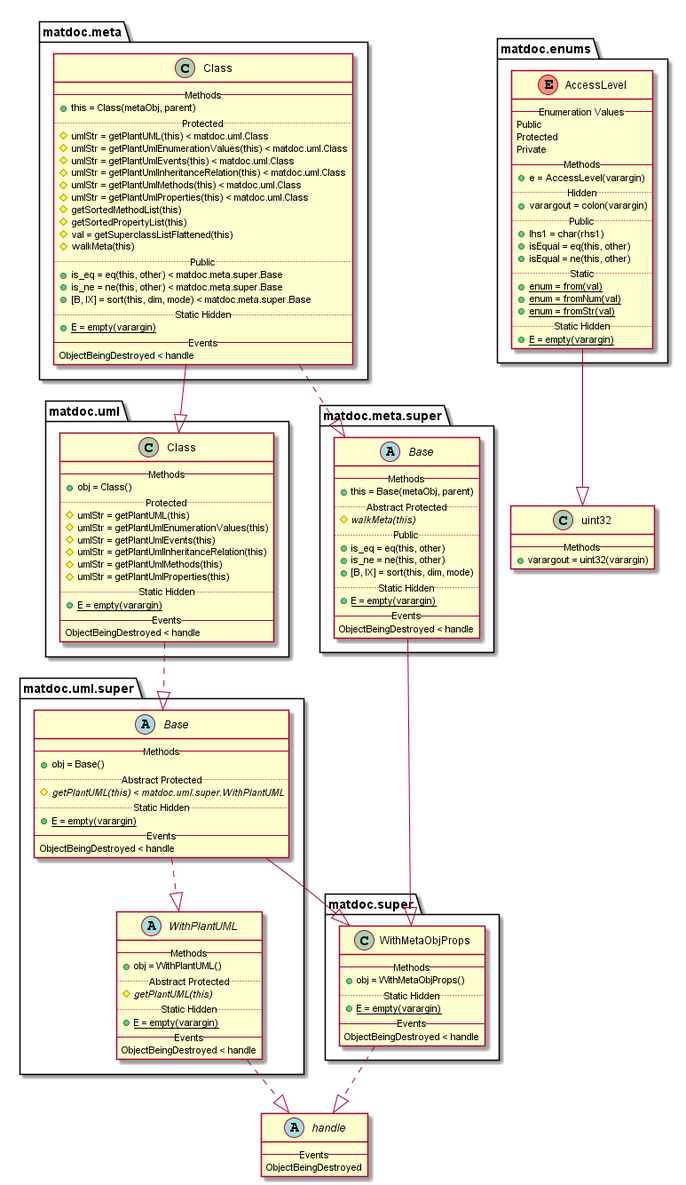
Before: doc/uml-examples/export-class-HideProperties-true.png, a diagram exported from PlantUML (flxdot/matdoc).
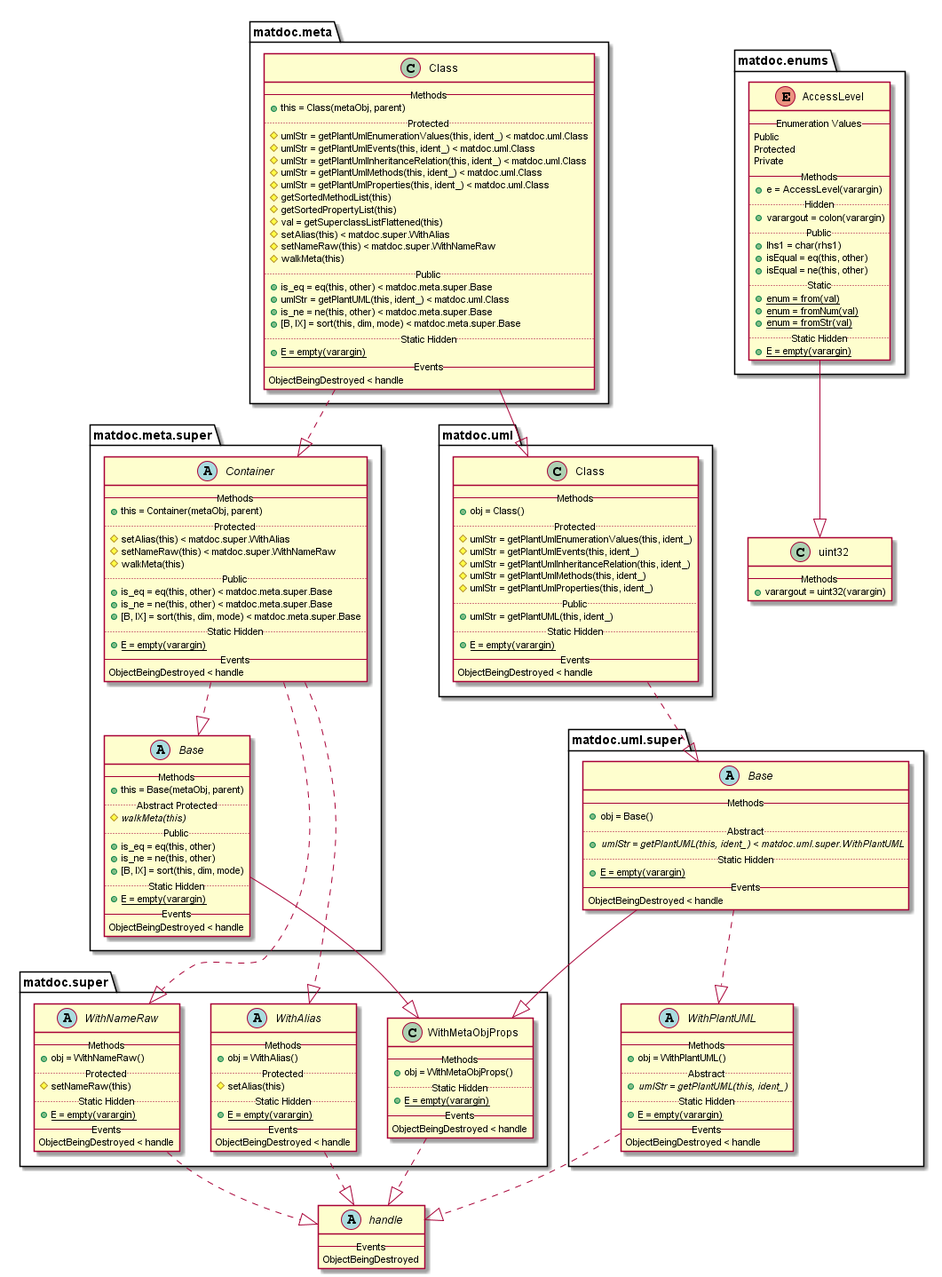
After the commit.

What changed in the source:
```diff
@@ -20,11 +20,11 @@
    {method} + isEqual = eq(this, other)
    {method} + isEqual = ne(this, other)
    .. Static ..
-   {method}{static} + enum = from(val)
-   {method}{static} + enum = fromNum(val)
-   {method}{static} + enum = fromStr(val)
+   {method} {static} + enum = from(val)
+   {method} {static} + enum = fromNum(val)
+   {method} {static} + enum = fromStr(val)
    .. Static Hidden ..
-   {method}{static} + E = empty(varargin)
+   {method} {static} + E = empty(varargin)
 }
 
 matdoc.enums.AccessLevel --|> uint32
@@ -33,69 +33,119 @@
    -- Methods --
    {method} + this = Class(metaObj, parent)
    .. Protected ..
-   {method} # umlStr = getPlantUML(this) < matdoc.uml.Class
-   {method} # umlStr = getPlantUmlEnumerationValues(this) < matdoc.uml.Class
-   {method} # umlStr = getPlantUmlEvents(this) < matdoc.uml.Class
-   {method} # umlStr = getPlantUmlInheritanceRelation(this) < matdoc.uml.Class
-   {method} # umlStr = getPlantUmlMethods(this) < matdoc.uml.Class
-   {method} # umlStr = getPlantUmlProperties(this) < matdoc.uml.Class
+   {method} # umlStr = getPlantUmlEnumerationValues(this, ident_) < matdoc.uml.Class
+   {method} # umlStr = getPlantUmlEvents(this, ident_) < matdoc.uml.Class
+   {method} # umlStr = getPlantUmlInheritanceRelation(this, ident_) < matdoc.uml.Class
+   {method} # umlStr = getPlantUmlMethods(this, ident_) < matdoc.uml.Class
+   {method} # umlStr = getPlantUmlProperties(this, ident_) < matdoc.uml.Class
    {method} # getSortedMethodList(this)
    {method} # getSortedPropertyList(this)
    {method} # val = getSuperclassListFlattened(this)
+   {method} # setAlias(this) < matdoc.super.WithAlias
+   {method} # setNameRaw(this) < matdoc.super.WithNameRaw
+   {method} # walkMeta(this)
+   .. Public ..
+   {method} + is_eq = eq(this, other) < matdoc.meta.super.Base
+   {method} + umlStr = getPlantUML(this, ident_) < matdoc.uml.Class
+   {method} + is_ne = ne(this, other) < matdoc.meta.super.Base
+   {method} + [B, IX] = sort(this, dim, mode) < matdoc.meta.super.Base
+   .. Static Hidden ..
+   {method} {static} + E = empty(varargin)
+   -- Events --
+   ObjectBeingDestroyed < handle
+}
+
+matdoc.meta.Class ..|> matdoc.meta.super.Container
+matdoc.meta.Class --|> matdoc.uml.Class
+
+abstract class matdoc.meta.super.Base {
+   -- Methods --
+   {method} + this = Base(metaObj, parent)
+   .. Abstract Protected ..
+   {method} {abstract} # walkMeta(this)
+   .. Public ..
+   {method} + is_eq = eq(this, other)
+   {method} + is_ne = ne(this, other)
+   {method} + [B, IX] = sort(this, dim, mode)
+   .. Static Hidden ..
+   {method} {static} + E = empty(varargin)
+   -- Events --
+   ObjectBeingDestroyed < handle
+}
+
+matdoc.meta.super.Base --|> matdoc.super.WithMetaObjProps
+
+abstract class matdoc.meta.super.Container {
+   -- Methods --
+   {method} + this = Container(metaObj, parent)
+   .. Protected ..
+   {method} # setAlias(this) < matdoc.super.WithAlias
+   {method} # setNameRaw(this) < matdoc.super.WithNameRaw
    {method} # walkMeta(this)
    .. Public ..
    {method} + is_eq = eq(this, other) < matdoc.meta.super.Base
    {method} + is_ne = ne(this, other) < matdoc.meta.super.Base
    {method} + [B, IX] = sort(this, dim, mode) < matdoc.meta.super.Base
    .. Static Hidden ..
-   {method}{static} + E = empty(varargin)
+   {method} {static} + E = empty(varargin)
    -- Events --
    ObjectBeingDestroyed < handle
 }
 
-matdoc.meta.Class ..|> matdoc.meta.super.Base
-matdoc.meta.Class --|> matdoc.uml.Class
+matdoc.meta.super.Container ..|> matdoc.meta.super.Base
+matdoc.meta.super.Container ..|> matdoc.super.WithNameRaw
+matdoc.meta.super.Container ..|> matdoc.super.WithAlias
 
-abstract class matdoc.meta.super.Base {
+abstract class matdoc.super.WithAlias {
    -- Methods --
-   {method} + this = Base(metaObj, parent)
-   .. Abstract Protected ..
-   {method}{abstract} # walkMeta(this)
-   .. Public ..
-   {method} + is_eq = eq(this, other)
-   {method} + is_ne = ne(this, other)
-   {method} + [B, IX] = sort(this, dim, mode)
+   {method} + obj = WithAlias()
+   .. Protected ..
+   {method} # setAlias(this)
    .. Static Hidden ..
-   {method}{static} + E = empty(varargin)
+   {method} {static} + E = empty(varargin)
    -- Events --
    ObjectBeingDestroyed < handle
 }
 
-matdoc.meta.super.Base --|> matdoc.super.WithMetaObjProps
+matdoc.super.WithAlias ..|> handle
 
 class matdoc.super.WithMetaObjProps {
    -- Methods --
    {method} + obj = WithMetaObjProps()
    .. Static Hidden ..
-   {method}{static} + E = empty(varargin)
+   {method} {static} + E = empty(varargin)
    -- Events --
    ObjectBeingDestroyed < handle
 }
 
 matdoc.super.WithMetaObjProps ..|> handle
 
+abstract class matdoc.super.WithNameRaw {
+   -- Methods --
+   {method} + obj = WithNameRaw()
+   .. Protected ..
+   {method} # setNameRaw(this)
+   .. Static Hidden ..
+   {method} {static} + E = empty(varargin)
+   -- Events --
+   ObjectBeingDestroyed < handle
+}
+
+matdoc.super.WithNameRaw ..|> handle
+
 class matdoc.uml.Class {
    -- Methods --
    {method} + obj = Class()
    .. Protected ..
-   {method} # umlStr = getPlantUML(this)
-   {method} # umlStr = getPlantUmlEnumerationValues(this)
-   {method} # umlStr = getPlantUmlEvents(this)
-   {method} # umlStr = getPlantUmlInheritanceRelation(this)
-   {method} # umlStr = getPlantUmlMethods(this)
-   {method} # umlStr = getPlantUmlProperties(this)
+   {method} # umlStr = getPlantUmlEnumerationValues(this, ident_)
+   {method} # umlStr = getPlantUmlEvents(this, ident_)
+   {method} # umlStr = getPlantUmlInheritanceRelation(this, ident_)
+   {method} # umlStr = getPlantUmlMethods(this, ident_)
+   {method} # umlStr = getPlantUmlProperties(this, ident_)
+   .. Public ..
+   {method} + umlStr = getPlantUML(this, ident_)
    .. Static Hidden ..
-   {method}{static} + E = empty(varargin)
+   {method} {static} + E = empty(varargin)
    -- Events --
    ObjectBeingDestroyed < handle
 }
@@ -105,10 +155,10 @@
 abstract class matdoc.uml.super.Base {
    -- Methods --
    {method} + obj = Base()
-   .. Abstract Protected ..
-   {method}{abstract} # getPlantUML(this) < matdoc.uml.super.WithPlantUML
+   .. Abstract ..
+   {method} {abstract} + umlStr = getPlantUML(this, ident_) < matdoc.uml.super.WithPlantUML
    .. Static Hidden ..
-   {method}{static} + E = empty(varargin)
+   {method} {static} + E = empty(varargin)
    -- Events --
    ObjectBeingDestroyed < handle
 }
@@ -119,10 +169,10 @@
 abstract class matdoc.uml.super.WithPlantUML {
    -- Methods --
    {method} + obj = WithPlantUML()
-   .. Abstract Protected ..
-   {method}{abstract} # getPlantUML(this)
+   .. Abstract ..
+   {method} {abstract} + umlStr = getPlantUML(this, ident_)
    .. Static Hidden ..
-   {method}{static} + E = empty(varargin)
+   {method} {static} + E = empty(varargin)
    -- Events --
    ObjectBeingDestroyed < handle
 }
```
